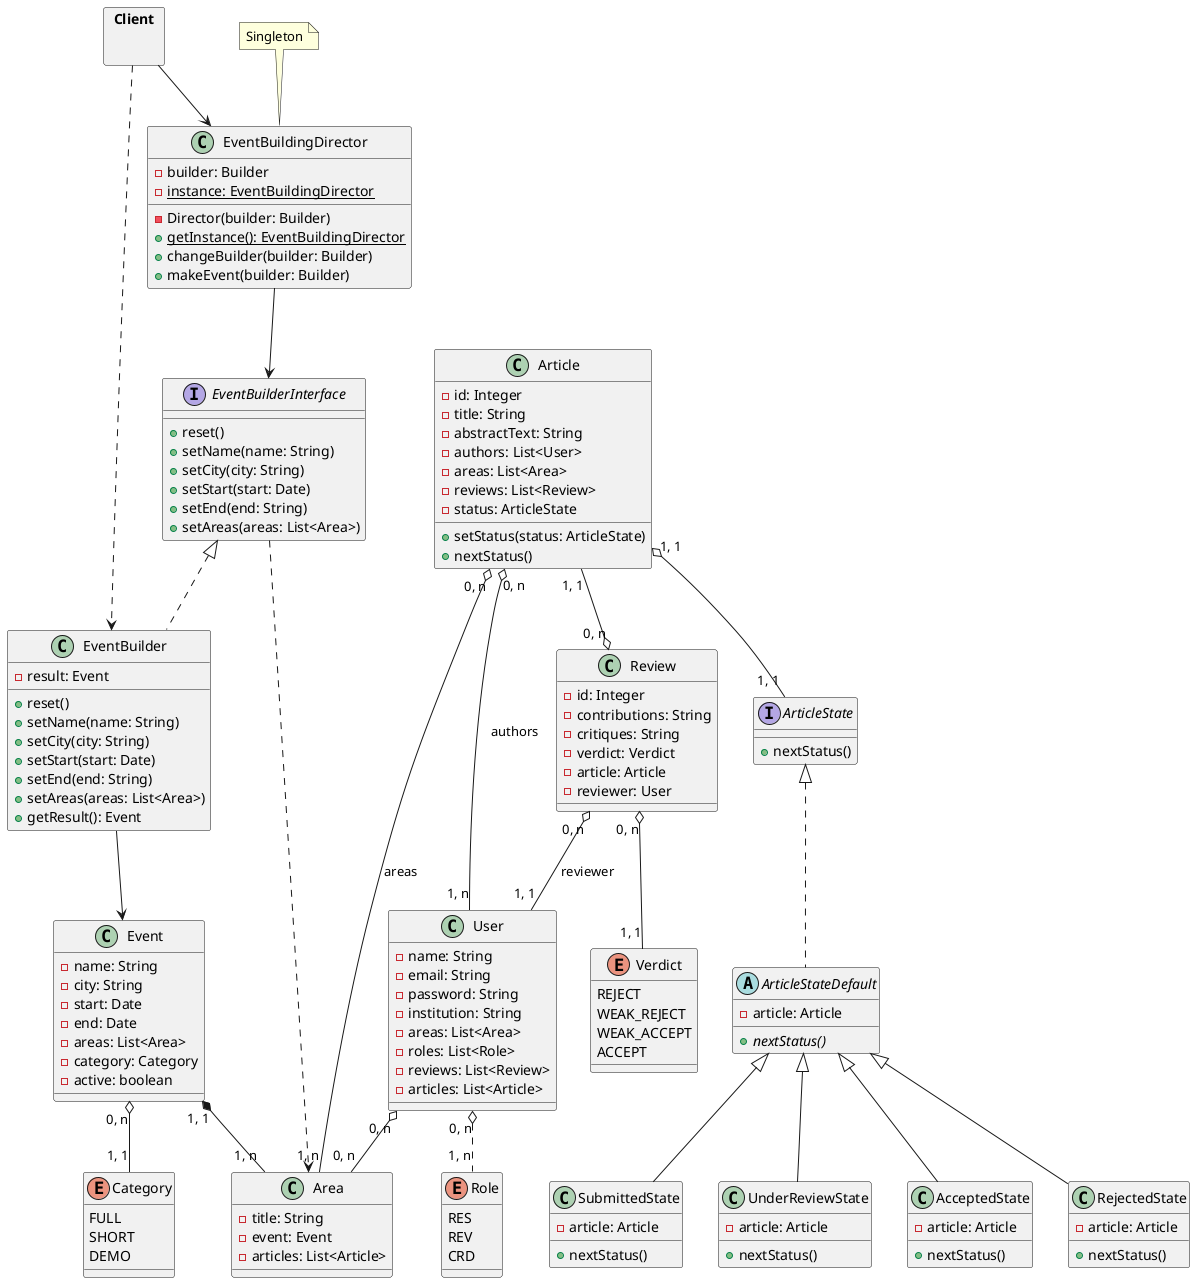
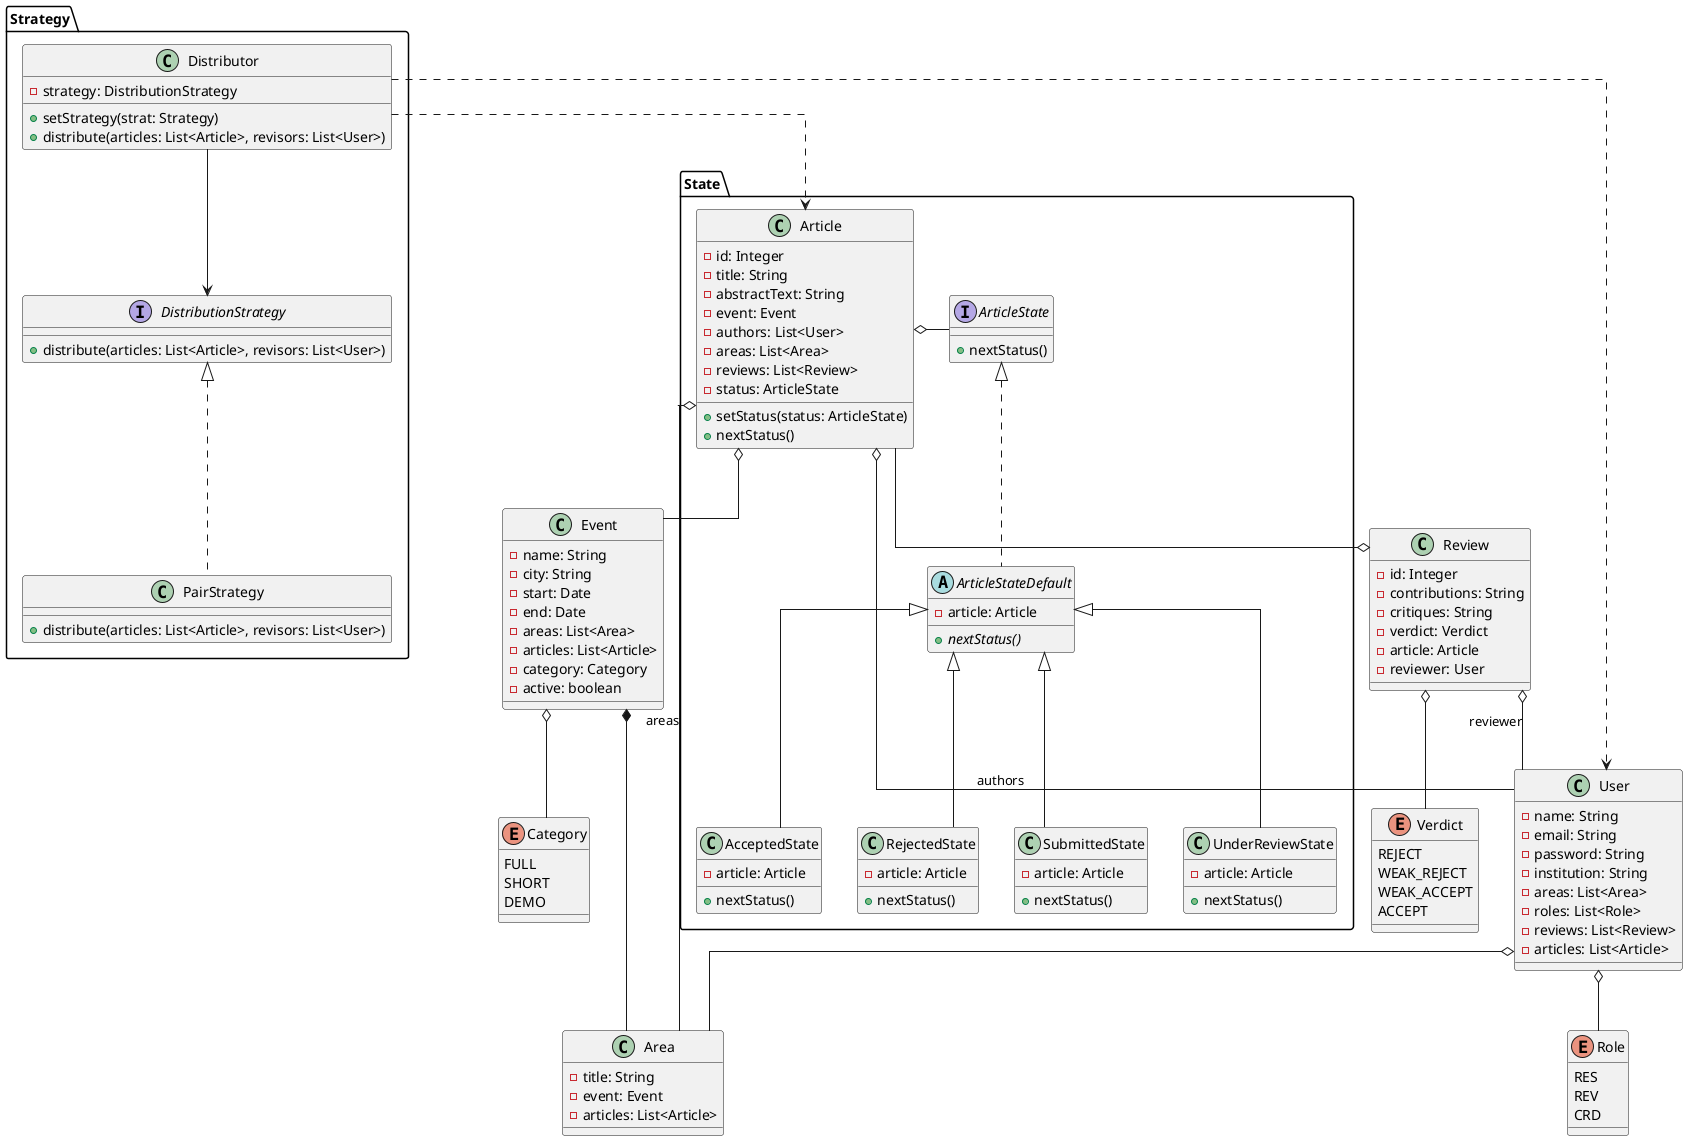
@startuml modelo
+   skinparam linetype ortho

  enum Category {
    FULL
    SHORT
    DEMO
  }

  class Area {
    - title: String
    - event: Event
    - articles: List<Article>
  }

-   skinparam packageStyle rectangle
-   package Client {}
+   ' skinparam packageStyle rectangle
+   ' package Client {}

  class Event {
    - name: String
    - city: String
    - start: Date
    - end: Date
    - areas: List<Area>
+     - articles: List<Article>
    - category: Category
    - active: boolean
  }

-   Event "1, 1" *-- "1, n" Area
-   Event "0, n" o-- "1, 1" Category
- 
-   interface EventBuilderInterface {
-     + reset()
-     + setName(name: String)
-     + setCity(city: String)
-     + setStart(start: Date)
-     + setEnd(end: String)
-     + setAreas(areas: List<Area>)
-   }
- 
- 
-   class EventBuilder implements EventBuilderInterface {
-     - result: Event
-     + reset()
-     + setName(name: String)
-     + setCity(city: String)
-     + setStart(start: Date)
-     + setEnd(end: String)
-     + setAreas(areas: List<Area>)
-     + getResult(): Event
-   }
- 
- 
-   class EventBuildingDirector {
-     - builder: Builder
-     - {static} instance: EventBuildingDirector
-     - Director(builder: Builder)
-     + {static} getInstance(): EventBuildingDirector
-     + changeBuilder(builder: Builder)
-     + makeEvent(builder: Builder)
-   }
- 
- 
-   EventBuilderInterface ..> Area
- 
-   EventBuilder --> Event
- 
-   EventBuildingDirector --> EventBuilderInterface
- 
- 
-   Client --> EventBuildingDirector
-   Client ..> EventBuilder
- 
-   note "Singleton" as N1
- 
-   N1 .. EventBuildingDirector
+   Event *-- Area
+   Event o-- Category

  class User {
    - name: String
    - email: String
    - password: String
    - institution: String
    - areas: List<Area>
    - roles: List<Role>
    - reviews: List<Review>
    - articles: List<Article>
  }

-   User "0, n" o-- "0, n" Area
+   User o-- Area

  enum Role {
    RES
    REV
    CRD
  }

-   User "0, n" o.. "1, n" Role
- 
-   class Article {
-     - id: Integer
-     - title: String
-     - abstractText: String
-     - authors: List<User>
-     - areas: List<Area>
-     - reviews: List<Review>
-     - status: ArticleState
-     + setStatus(status: ArticleState)
-     + nextStatus()
-   }
- 
-   Article "0, n" o-- "1, n" User : authors
-   Article "0, n" o-- "1, n" Area : areas
-   Article "1, 1" --o "0, n" Review
+   User o-- Role

  enum Verdict {
    REJECT
    WEAK_REJECT
    WEAK_ACCEPT
    ACCEPT
  }

  class Review {
    - id: Integer
    - contributions: String
    - critiques: String
    - verdict: Verdict
    - article: Article
    - reviewer: User
  }

-   Review "0, n" o-- "1, 1" Verdict
-   Review "0, n" o-- "1, 1" User : reviewer
+   package State {
+     class Article {
+       - id: Integer
+       - title: String
+       - abstractText: String
+       - event: Event
+       - authors: List<User>
+       - areas: List<Area>
+       - reviews: List<Review>
+       - status: ArticleState
+       + setStatus(status: ArticleState)
+       + nextStatus()
+     }

-   interface ArticleState {
-     + nextStatus()
+     Article o-- User : authors
+     Article o-- Area : areas
+     Article --o Review
+     Article o-- Event
+ 
+ 
+     Review o-- Verdict
+     Review o-- User : reviewer
+ 
+     interface ArticleState {
+       + nextStatus()
+     }
+ 
+     abstract class ArticleStateDefault {
+       - article: Article
+       + {abstract} nextStatus()
+     }
+ 
+     ArticleStateDefault .up.|> ArticleState
+ 
+     class SubmittedState extends ArticleStateDefault {
+       - article: Article
+       + nextStatus()
+     }
+ 
+     class UnderReviewState extends ArticleStateDefault {
+       - article: Article
+       + nextStatus()
+     }
+ 
+     class AcceptedState extends ArticleStateDefault {
+       - article: Article
+       + nextStatus()
+     }
+ 
+     class RejectedState extends ArticleStateDefault {
+       - article: Article
+       + nextStatus()
+     }
+ 
+     Article o-left- ArticleState
  }

-   abstract class ArticleStateDefault implements ArticleState {
-     - article: Article
-     + {abstract} nextStatus()
+   package Strategy {
+     class Distributor {
+       - strategy: DistributionStrategy
+       + setStrategy(strat: Strategy)
+       + distribute(articles: List<Article>, revisors: List<User>)
+     }
+ 
+     interface DistributionStrategy {
+       + distribute(articles: List<Article>, revisors: List<User>)
+     }
+ 
+     class PairStrategy implements DistributionStrategy {
+       + distribute(articles: List<Article>, revisors: List<User>)
+     }
+ 
+     Distributor --> DistributionStrategy
+     Distributor ..> Article
+     Distributor ..> User
  }

-   class SubmittedState extends ArticleStateDefault {
-     - article: Article
-     + nextStatus()
-   }
- 
-   class UnderReviewState extends ArticleStateDefault {
-     - article: Article
-     + nextStatus()
-   }
- 
-   class AcceptedState extends ArticleStateDefault {
-     - article: Article
-     + nextStatus()
-   }
- 
-   class RejectedState extends ArticleStateDefault {
-     - article: Article
-     + nextStatus()
-   }
- 
-   Article "1, 1" o-- "1, 1" ArticleState
@enduml